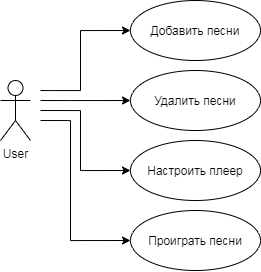
This is png/pretzendenti.png from kmem1/Docs, a draw.io export, as it was before one commit. Source tidied: cells renumbered, new cells last; positions are measured from the earlier drawing's top-left corner, leaving out a move shared by most shapes.
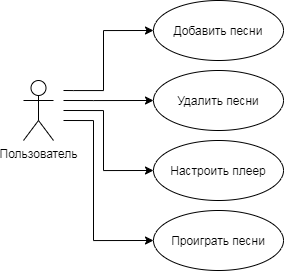
After the commit.

Diff of the diagram source:
```diff
@@ -39,7 +39,7 @@
         </Array>
       </mxGeometry>
     </mxCell>
-    <mxCell id="6" value="User" style="shape=umlActor;verticalLabelPosition=bottom;verticalAlign=top;html=1;" parent="1" vertex="1">
+    <mxCell id="6" value="Пользователь" style="shape=umlActor;verticalLabelPosition=bottom;verticalAlign=top;html=1;" parent="1" vertex="1">
       <mxGeometry y="80" width="30" height="60" as="geometry" />
     </mxCell>
     <mxCell id="7" value="Добавить песни" style="ellipse;whiteSpace=wrap;html=1;" parent="1" vertex="1">
```
